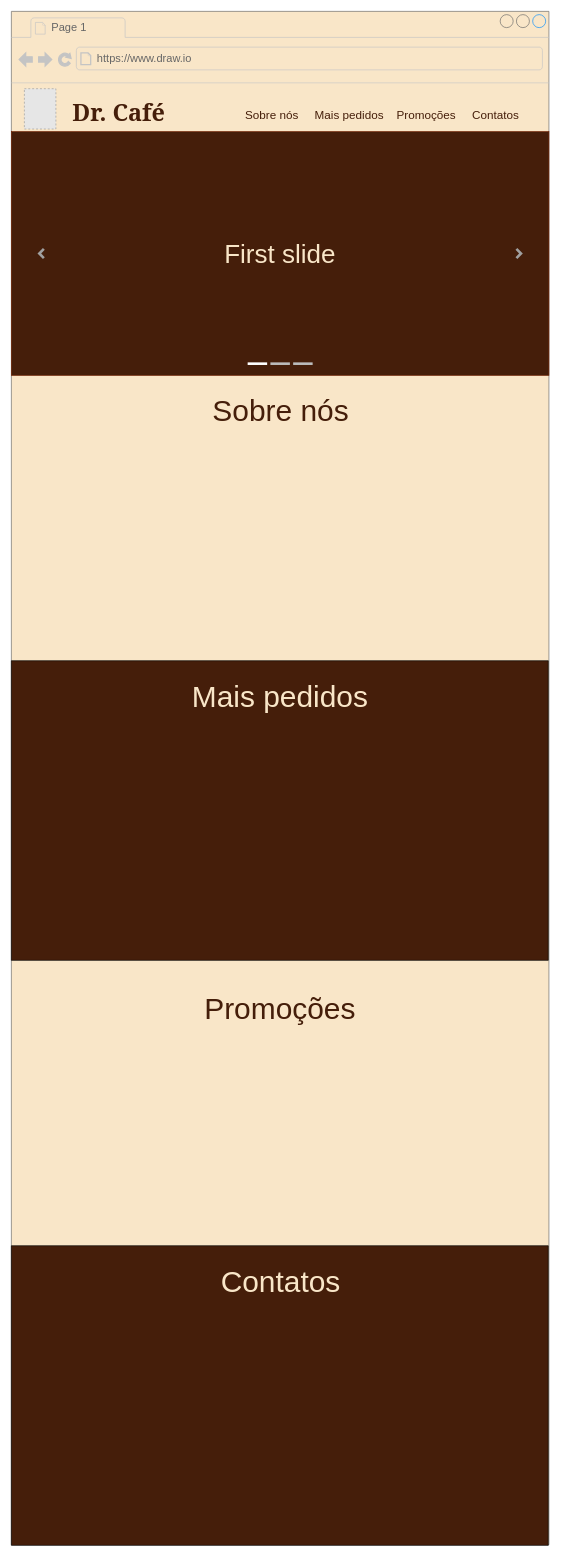
The draw.io diagram HOW.drawio in anapaulaantunesaraujo/ads_rwd_2021_dashboards, before the edit. Source tidied: cells renumbered, new cells numbered last; positions are measured from the earlier drawing's top-left corner, leaving out a move shared by most shapes. Both pictures are drawn from the tidied source at 65%, with x=0, y=0 at pixel (11, 11). Pictures stored in the file or linked from it are replaced by grey dashed boxes.
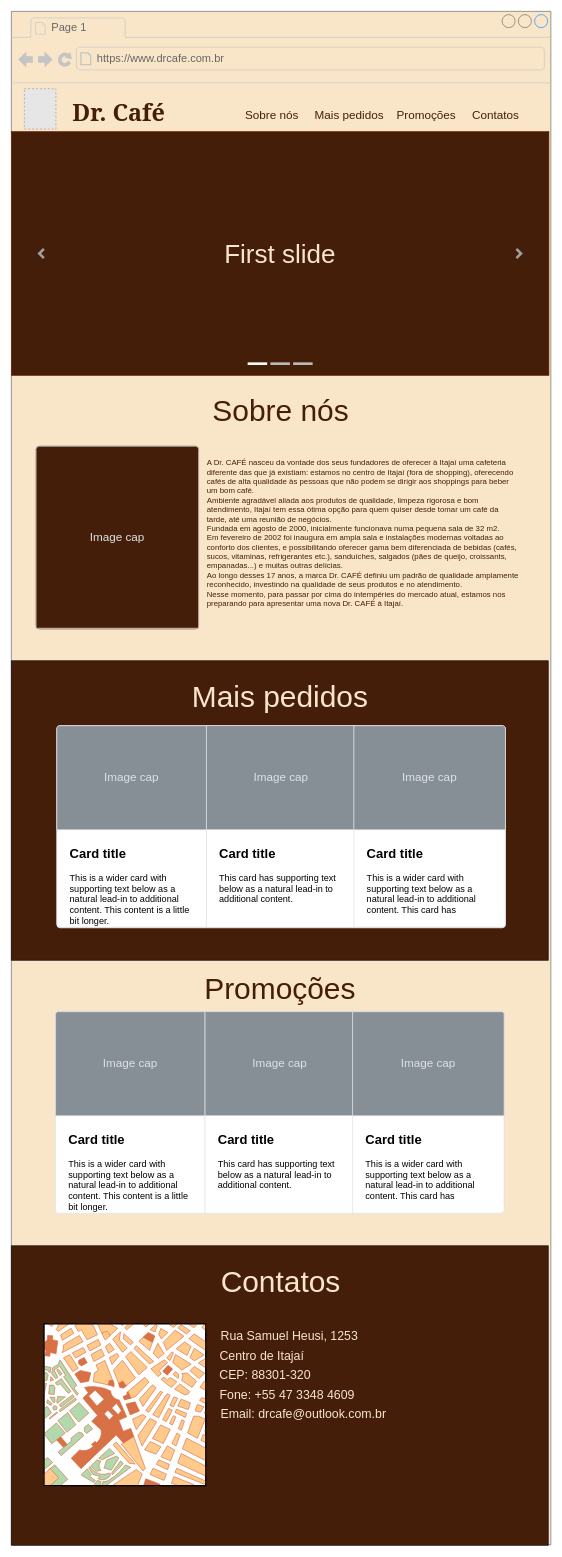
After the change.

Diff of the diagram source:
```diff
@@
     <mxCell id="2" style="strokeWidth=1;shadow=0;dashed=0;align=center;html=1;shape=mxgraph.mockup.containers.browserWindow;rSize=0;strokeColor=#666666;strokeColor2=#008cff;strokeColor3=#c4c4c4;mainText=,;noLabel=0;fixDash=1;fillColor=#F9E6C8;" parent="1" vertex="1">
-      <mxGeometry width="827" height="2359" as="geometry" />
+      <mxGeometry width="830" height="2359" as="geometry" />
     </mxCell>
@@
-    <mxCell id="4" value="https://www.draw.io" style="strokeWidth=1;shadow=0;dashed=0;align=center;html=1;shape=mxgraph.mockup.containers.anchor;rSize=0;fontSize=17;fontColor=#666666;align=left;" parent="2" vertex="1">
+    <mxCell id="4" value="https://www.drcafe.com.br" style="strokeWidth=1;shadow=0;dashed=0;align=center;html=1;shape=mxgraph.mockup.containers.anchor;rSize=0;fontSize=17;fontColor=#666666;align=left;" parent="2" vertex="1">
       <mxGeometry x="130" y="60" width="250" height="26" as="geometry" />
     </mxCell>
@@
     <mxCell id="15" value="&lt;font style=&quot;font-size: 46px&quot; color=&quot;#451e0a&quot;&gt;Promoções&lt;/font&gt;" style="text;html=1;align=center;verticalAlign=middle;fillColor=none;strokeColor=none;rounded=0;" parent="2" vertex="1">
-      <mxGeometry x="288" y="1519" width="250" height="30" as="geometry" />
+      <mxGeometry x="288" y="1489" width="250" height="30" as="geometry" />
     </mxCell>
@@
+    <mxCell id="20" style="html=1;shadow=0;dashed=0;shape=mxgraph.bootstrap.rrect;rSize=5;html=1;whiteSpace=wrap;fillColor=#ffffff;fontColor=#000000;verticalAlign=bottom;align=left;spacing=20;spacingBottom=50;fontSize=14;sketch=0;strokeColor=#451E0A;" parent="2" vertex="1">
+      <mxGeometry x="38" y="669" width="250" height="281" as="geometry" />
+    </mxCell>
+    <mxCell id="21" value="Image cap" style="html=1;shadow=0;dashed=0;shape=mxgraph.bootstrap.topButton;rSize=5;perimeter=none;whiteSpace=wrap;strokeColor=#DFDFDF;fontColor=#DEE2E6;fontSize=18;fillColor=#451E0A;" parent="20" vertex="1">
+      <mxGeometry width="250" height="280" relative="1" as="geometry" />
+    </mxCell>
+    <mxCell id="22" value="&lt;div&gt;&lt;font color=&quot;#451e0a&quot;&gt;A Dr. CAFÉ nasceu da vontade dos seus fundadores de oferecer à Itajaí uma cafeteria&amp;nbsp;&lt;/font&gt;&lt;/div&gt;&lt;div&gt;&lt;font color=&quot;#451e0a&quot;&gt;diferente das que já existiam: estamos no centro de&amp;nbsp;&lt;/font&gt;&lt;span style=&quot;color: rgb(69 , 30 , 10)&quot;&gt;Itajaí (fora de shopping), oferecendo&amp;nbsp;&lt;/span&gt;&lt;/div&gt;&lt;div&gt;&lt;span style=&quot;color: rgb(69 , 30 , 10)&quot;&gt;cafés de alta qualidade às pessoas que não podem&amp;nbsp;&lt;/span&gt;&lt;span style=&quot;color: rgb(69 , 30 , 10)&quot;&gt;se dirigir aos shoppings para beber&amp;nbsp;&lt;/span&gt;&lt;/div&gt;&lt;div&gt;&lt;span style=&quot;color: rgb(69 , 30 , 10)&quot;&gt;um bom café.&amp;nbsp;&lt;/span&gt;&lt;/div&gt;&lt;div&gt;&lt;font color=&quot;#451e0a&quot;&gt;Ambiente agradável aliada aos produtos de qualidade, limpeza rigorosa e bom&amp;nbsp;&lt;/font&gt;&lt;/div&gt;&lt;div&gt;&lt;font color=&quot;#451e0a&quot;&gt;atendimento, Itajaí tem essa ótima opção para quem quiser desde tomar um café da&amp;nbsp;&lt;/font&gt;&lt;/div&gt;&lt;div&gt;&lt;font color=&quot;#451e0a&quot;&gt;tarde, até uma reunião de negócios.&lt;/font&gt;&lt;/div&gt;&lt;div&gt;&lt;font color=&quot;#451e0a&quot;&gt;Fundada em agosto de 2000, inicialmente funcionava numa pequena sala de 32 m2.&amp;nbsp;&lt;/font&gt;&lt;/div&gt;&lt;div&gt;&lt;font color=&quot;#451e0a&quot;&gt;Em fevereiro de 2002 foi inaugura em ampla sala e instalações modernas voltadas ao&amp;nbsp;&lt;/font&gt;&lt;/div&gt;&lt;div&gt;&lt;font color=&quot;#451e0a&quot;&gt;conforto dos clientes, e possibilitando oferecer gama bem diferenciada de bebidas (cafés,&amp;nbsp;&lt;/font&gt;&lt;/div&gt;&lt;div&gt;&lt;font color=&quot;#451e0a&quot;&gt;sucos, vitaminas, refrigerantes etc.), sanduíches, salgados (pães de queijo, croissants,&amp;nbsp;&lt;/font&gt;&lt;/div&gt;&lt;div&gt;&lt;font color=&quot;#451e0a&quot;&gt;empanadas...) e muitas outras delícias.&lt;/font&gt;&lt;/div&gt;&lt;div&gt;&lt;font color=&quot;#451e0a&quot;&gt;Ao longo desses 17 anos, a marca Dr. CAFÉ definiu um padrão de qualidade amplamente&amp;nbsp;&lt;/font&gt;&lt;/div&gt;&lt;div&gt;&lt;font color=&quot;#451e0a&quot;&gt;reconhecido, investindo na qualidade de seus produtos e no atendimento.&lt;/font&gt;&lt;/div&gt;&lt;div&gt;&lt;font color=&quot;#451e0a&quot;&gt;Nesse momento, para passar por cima do intempéries&amp;nbsp;do mercado atual, estamos nos&amp;nbsp;&lt;/font&gt;&lt;/div&gt;&lt;div&gt;&lt;font color=&quot;#451e0a&quot;&gt;preparando para apresentar uma nova Dr. CAFÉ à Itajaí.&lt;/font&gt;&lt;/div&gt;&lt;div&gt;&lt;br&gt;&lt;/div&gt;" style="text;html=1;align=left;verticalAlign=middle;fillColor=none;strokeColor=none;rounded=0;sketch=0;" parent="2" vertex="1">
+      <mxGeometry x="299" y="689.5" width="500" height="240" as="geometry" />
+    </mxCell>
+    <mxCell id="23" style="html=1;shadow=0;dashed=0;shape=mxgraph.bootstrap.rrect;rSize=5;strokeColor=#DFDFDF;html=1;whiteSpace=wrap;fillColor=#ffffff;sketch=0;" parent="2" vertex="1">
+      <mxGeometry x="70" y="1099" width="690" height="311" as="geometry" />
+    </mxCell>
+    <mxCell id="24" value="&lt;b&gt;&lt;font style=&quot;font-size: 20px&quot;&gt;Card title&lt;/font&gt;&lt;/b&gt;&lt;br&gt;&lt;br&gt;This is a wider card with supporting text below as a natural lead-in to additional content. This content is a little bit longer." style="html=1;shadow=0;dashed=0;shape=mxgraph.bootstrap.leftButton;rSize=5;strokeColor=#DFDFDF;html=1;whiteSpace=wrap;fillColor=#ffffff;fontColor=#000000;verticalAlign=top;align=left;spacing=20;spacingBottom=0;fontSize=14;spacingTop=160;" parent="23" vertex="1">
+      <mxGeometry width="230" height="310" relative="1" as="geometry" />
+    </mxCell>
+    <mxCell id="25" value="Image cap" style="html=1;shadow=0;dashed=0;shape=mxgraph.basic.corner_round_rect;dx=2;perimeter=none;whiteSpace=wrap;fillColor=#868E96;strokeColor=#DFDFDF;fontColor=#DEE2E6;fontSize=18;" parent="24" vertex="1">
+      <mxGeometry width="230" height="160" relative="1" as="geometry" />
+    </mxCell>
+    <mxCell id="26" value="&lt;b&gt;&lt;font style=&quot;font-size: 20px&quot;&gt;Card title&lt;/font&gt;&lt;/b&gt;&lt;br&gt;&lt;br&gt;This card has supporting text below as a natural lead-in to additional content." style="html=1;shadow=0;dashed=0;strokeColor=#DFDFDF;html=1;whiteSpace=wrap;fillColor=#ffffff;fontColor=#000000;verticalAlign=top;align=left;spacing=20;spacingBottom=0;fontSize=14;spacingTop=160;" parent="23" vertex="1">
+      <mxGeometry width="230" height="310" relative="1" as="geometry">
+        <mxPoint x="230" as="offset" />
+      </mxGeometry>
+    </mxCell>
+    <mxCell id="27" value="Image cap" style="html=1;shadow=0;dashed=0;perimeter=none;whiteSpace=wrap;fillColor=#868E96;strokeColor=#DFDFDF;fontColor=#DEE2E6;fontSize=18;" parent="26" vertex="1">
+      <mxGeometry width="230" height="160" relative="1" as="geometry" />
+    </mxCell>
+    <mxCell id="28" value="&lt;b&gt;&lt;font style=&quot;font-size: 20px&quot;&gt;Card title&lt;/font&gt;&lt;/b&gt;&lt;br&gt;&lt;br&gt;This is a wider card with supporting text below as a natural lead-in to additional content. This card has&amp;nbsp;" style="html=1;shadow=0;dashed=0;shape=mxgraph.bootstrap.rightButton;rSize=5;strokeColor=#DFDFDF;html=1;whiteSpace=wrap;fillColor=#ffffff;fontColor=#000000;verticalAlign=top;align=left;spacing=20;spacingBottom=0;fontSize=14;spacingTop=160;" parent="23" vertex="1">
+      <mxGeometry x="1" width="233" height="310" relative="1" as="geometry">
+        <mxPoint x="-233" as="offset" />
+      </mxGeometry>
+    </mxCell>
+    <mxCell id="29" value="Image cap" style="html=1;shadow=0;dashed=0;shape=mxgraph.basic.corner_round_rect;dx=2;flipH=1;perimeter=none;whiteSpace=wrap;fillColor=#868E96;strokeColor=#DFDFDF;fontColor=#DEE2E6;fontSize=18;" parent="28" vertex="1">
+      <mxGeometry width="233" height="160" relative="1" as="geometry" />
+    </mxCell>
+    <mxCell id="30" style="html=1;shadow=0;dashed=0;shape=mxgraph.bootstrap.rrect;rSize=5;strokeColor=#DFDFDF;html=1;whiteSpace=wrap;fillColor=#ffffff;sketch=0;" parent="2" vertex="1">
+      <mxGeometry x="68" y="1539" width="690" height="311" as="geometry" />
+    </mxCell>
+    <mxCell id="31" value="&lt;b&gt;&lt;font style=&quot;font-size: 20px&quot;&gt;Card title&lt;/font&gt;&lt;/b&gt;&lt;br&gt;&lt;br&gt;This is a wider card with supporting text below as a natural lead-in to additional content. This content is a little bit longer." style="html=1;shadow=0;dashed=0;shape=mxgraph.bootstrap.leftButton;rSize=5;strokeColor=#DFDFDF;html=1;whiteSpace=wrap;fillColor=#ffffff;fontColor=#000000;verticalAlign=top;align=left;spacing=20;spacingBottom=0;fontSize=14;spacingTop=160;" parent="30" vertex="1">
+      <mxGeometry width="230" height="310" relative="1" as="geometry" />
+    </mxCell>
+    <mxCell id="32" value="Image cap" style="html=1;shadow=0;dashed=0;shape=mxgraph.basic.corner_round_rect;dx=2;perimeter=none;whiteSpace=wrap;fillColor=#868E96;strokeColor=#DFDFDF;fontColor=#DEE2E6;fontSize=18;" parent="31" vertex="1">
+      <mxGeometry width="230" height="160" relative="1" as="geometry" />
+    </mxCell>
+    <mxCell id="33" value="&lt;b&gt;&lt;font style=&quot;font-size: 20px&quot;&gt;Card title&lt;/font&gt;&lt;/b&gt;&lt;br&gt;&lt;br&gt;This card has supporting text below as a natural lead-in to additional content." style="html=1;shadow=0;dashed=0;strokeColor=#DFDFDF;html=1;whiteSpace=wrap;fillColor=#ffffff;fontColor=#000000;verticalAlign=top;align=left;spacing=20;spacingBottom=0;fontSize=14;spacingTop=160;" parent="30" vertex="1">
+      <mxGeometry width="230" height="310" relative="1" as="geometry">
+        <mxPoint x="230" as="offset" />
+      </mxGeometry>
+    </mxCell>
+    <mxCell id="34" value="Image cap" style="html=1;shadow=0;dashed=0;perimeter=none;whiteSpace=wrap;fillColor=#868E96;strokeColor=#DFDFDF;fontColor=#DEE2E6;fontSize=18;" parent="33" vertex="1">
+      <mxGeometry width="230" height="160" relative="1" as="geometry" />
+    </mxCell>
+    <mxCell id="35" value="&lt;b&gt;&lt;font style=&quot;font-size: 20px&quot;&gt;Card title&lt;/font&gt;&lt;/b&gt;&lt;br&gt;&lt;br&gt;This is a wider card with supporting text below as a natural lead-in to additional content. This card has&amp;nbsp;" style="html=1;shadow=0;dashed=0;shape=mxgraph.bootstrap.rightButton;rSize=5;strokeColor=#DFDFDF;html=1;whiteSpace=wrap;fillColor=#ffffff;fontColor=#000000;verticalAlign=top;align=left;spacing=20;spacingBottom=0;fontSize=14;spacingTop=160;" parent="30" vertex="1">
+      <mxGeometry x="1" width="233" height="310" relative="1" as="geometry">
+        <mxPoint x="-233" as="offset" />
+      </mxGeometry>
+    </mxCell>
+    <mxCell id="36" value="Image cap" style="html=1;shadow=0;dashed=0;shape=mxgraph.basic.corner_round_rect;dx=2;flipH=1;perimeter=none;whiteSpace=wrap;fillColor=#868E96;strokeColor=#DFDFDF;fontColor=#DEE2E6;fontSize=18;" parent="35" vertex="1">
+      <mxGeometry width="233" height="160" relative="1" as="geometry" />
+    </mxCell>
@@
+    <mxCell id="37" style="verticalLabelPosition=bottom;shadow=0;dashed=0;align=center;html=1;verticalAlign=top;strokeWidth=1;shape=mxgraph.mockup.misc.map;sketch=0;fillColor=#451E0A;" parent="1" vertex="1">
+      <mxGeometry x="50" y="2019" width="250" height="250" as="geometry" />
+    </mxCell>
+    <mxCell id="38" value="&lt;font color=&quot;#f9e6c8&quot; style=&quot;font-size: 19px&quot;&gt;Fone:&amp;nbsp;&lt;/font&gt;&lt;font color=&quot;#f9e6c8&quot;&gt;&lt;span style=&quot;font-size: 19px&quot;&gt;+55 47 3348 4609&lt;/span&gt;&lt;/font&gt;" style="text;html=1;align=center;verticalAlign=middle;fillColor=none;strokeColor=none;rounded=0;sketch=0;" parent="1" vertex="1">
+      <mxGeometry x="314" y="2119.5" width="220" height="20" as="geometry" />
+    </mxCell>
+    <mxCell id="39" value="&lt;font color=&quot;#f9e6c8&quot; style=&quot;font-size: 19px&quot;&gt;Centro de Itajaí&lt;/font&gt;" style="text;html=1;align=center;verticalAlign=middle;fillColor=none;strokeColor=none;rounded=0;sketch=0;" parent="1" vertex="1">
+      <mxGeometry x="310" y="2059" width="150" height="20" as="geometry" />
+    </mxCell>
+    <mxCell id="40" value="&lt;font color=&quot;#f9e6c8&quot; style=&quot;font-size: 19px&quot;&gt;CEP:&amp;nbsp;&lt;/font&gt;&lt;font color=&quot;#f9e6c8&quot;&gt;&lt;span style=&quot;font-size: 19px&quot;&gt;88301-320&lt;/span&gt;&lt;/font&gt;" style="text;html=1;align=center;verticalAlign=middle;fillColor=none;strokeColor=none;rounded=0;sketch=0;" parent="1" vertex="1">
+      <mxGeometry x="310" y="2089" width="160" height="20" as="geometry" />
+    </mxCell>
+    <mxCell id="41" value="&lt;font color=&quot;#f9e6c8&quot; style=&quot;font-size: 19px&quot;&gt;Email: drcafe@outlook.com.br&lt;/font&gt;" style="text;html=1;align=center;verticalAlign=middle;fillColor=none;strokeColor=none;rounded=0;sketch=0;" parent="1" vertex="1">
+      <mxGeometry x="314" y="2149" width="270" height="20" as="geometry" />
+    </mxCell>
+    <mxCell id="42" value="&lt;font color=&quot;#f9e6c8&quot;&gt;&lt;span style=&quot;font-size: 19px&quot;&gt;Rua Samuel Heusi, 1253&amp;nbsp;&lt;/span&gt;&lt;/font&gt;" style="text;html=1;align=center;verticalAlign=middle;fillColor=none;strokeColor=none;rounded=0;sketch=0;" parent="1" vertex="1">
+      <mxGeometry x="315" y="2029" width="230" height="20" as="geometry" />
+    </mxCell>
```
